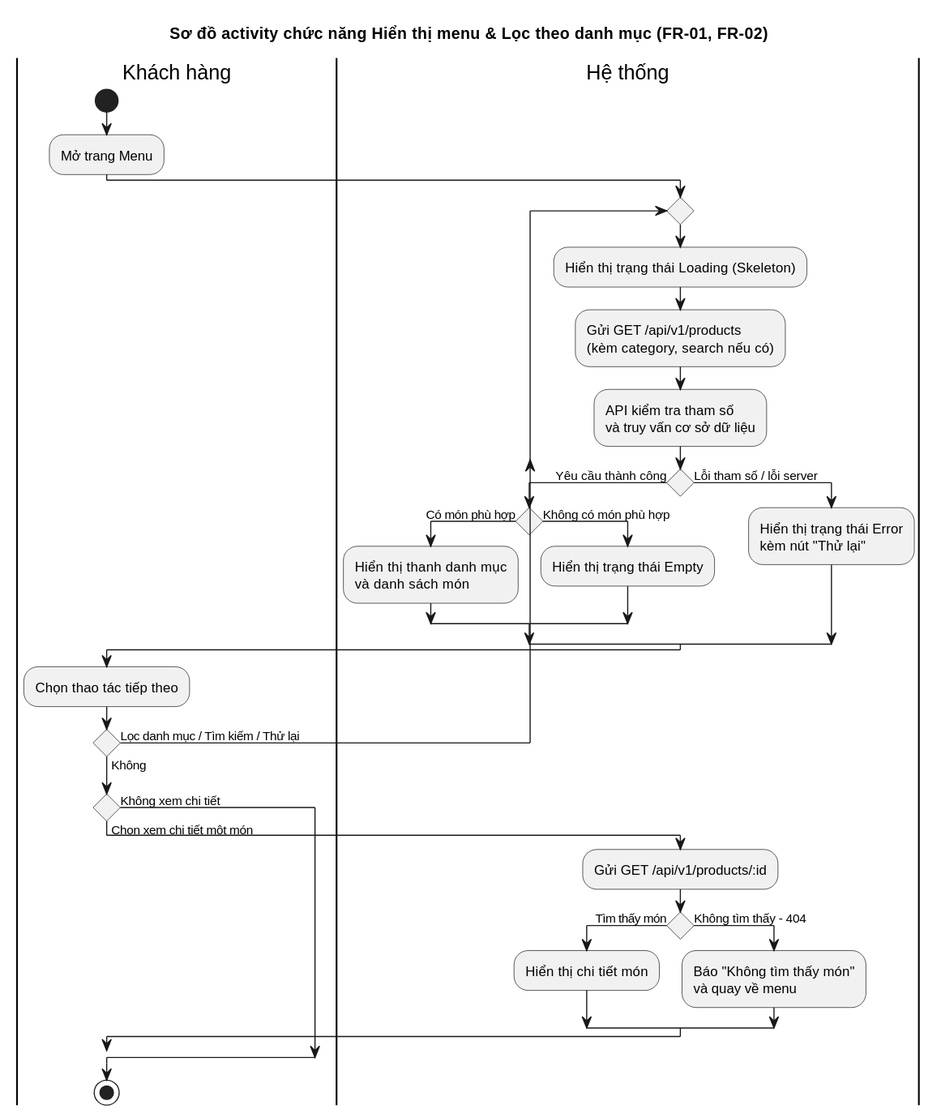
This is docs/diagrams/menu/activity-menu.svg from Phuc280106/BrewLite2, a PlantUML export, as it was before one commit.
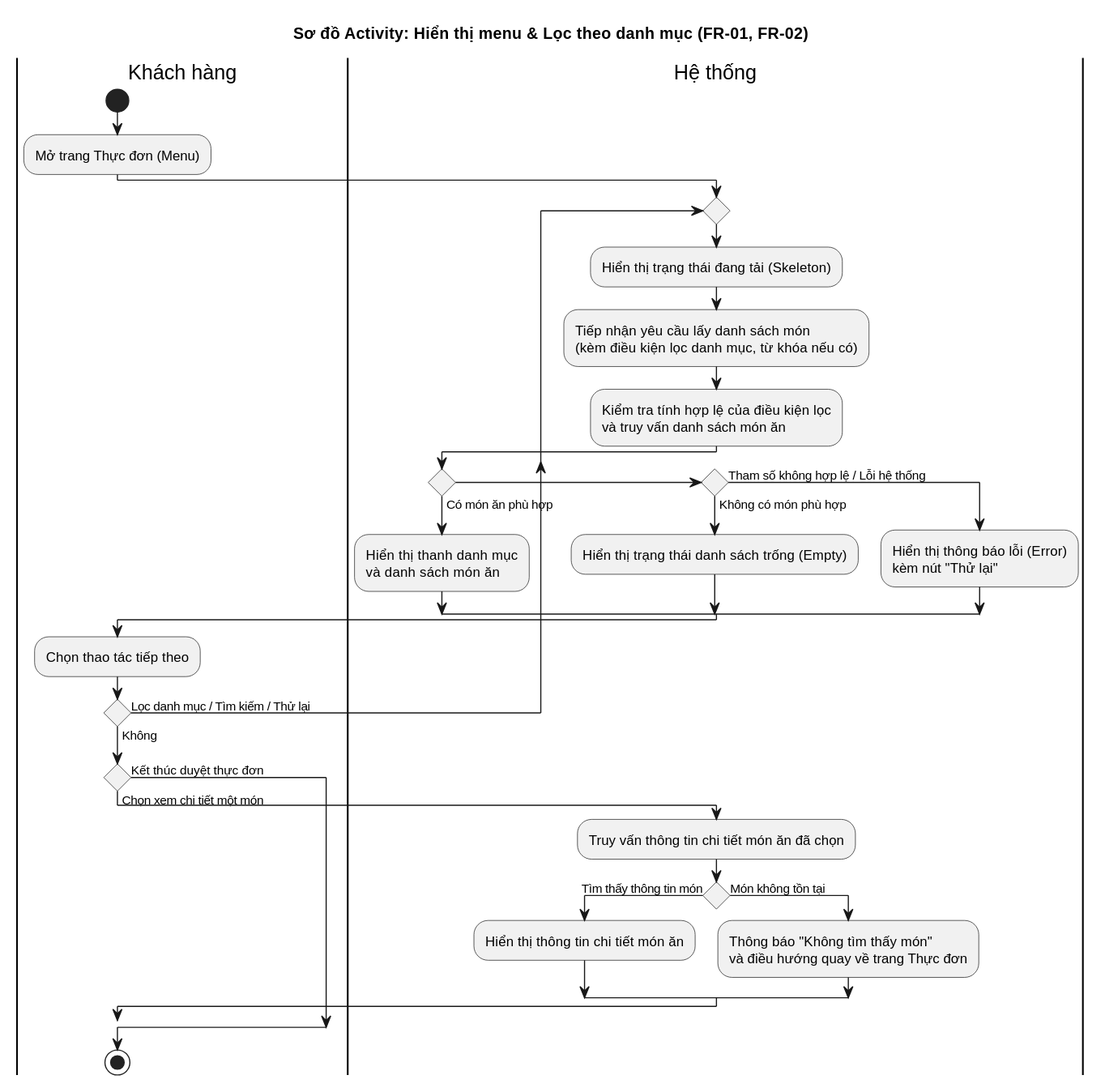
After the commit.

Commit message:
docs(diagrams): hoàn thành sơ đồ usecase, sequence, activity cho chức năng hiển thị menu và lọc danh mục (FR-01, FR-02)

Diff of the diagram source:
```diff
@@ -1,41 +1,38 @@
 @startuml
-title Sơ đồ activity chức năng Hiển thị menu & Lọc theo danh mục (FR-01, FR-02)
-
 skinparam ConditionEndStyle hline
+title Sơ đồ Activity: Hiển thị menu & Lọc theo danh mục (FR-01, FR-02)
 
 |Khách hàng|
 start
-:Mở trang Menu;
+:Mở trang Thực đơn (Menu);
 
+|Hệ thống|
 repeat
-  |Hệ thống|
-  :Hiển thị trạng thái Loading (Skeleton);
-  :Gửi GET /api/v1/products\n(kèm category, search nếu có);
-  :API kiểm tra tham số\nvà truy vấn cơ sở dữ liệu;
+  :Hiển thị trạng thái đang tải (Skeleton);
+  :Tiếp nhận yêu cầu lấy danh sách món\n(kèm điều kiện lọc danh mục, từ khóa nếu có);
+  :Kiểm tra tính hợp lệ của điều kiện lọc\nvà truy vấn danh sách món ăn;
 
-  if () then (Yêu cầu thành công)
-    if () then (Có món phù hợp)
-      :Hiển thị thanh danh mục\nvà danh sách món;
-    else (Không có món phù hợp)
-      :Hiển thị trạng thái Empty;
-    endif
-  else (Lỗi tham số / lỗi server)
-    :Hiển thị trạng thái Error\nkèm nút "Thử lại";
+  if () then (Có món ăn phù hợp)
+    :Hiển thị thanh danh mục\nvà danh sách món ăn;
+  elseif () then (Không có món phù hợp)
+    :Hiển thị trạng thái danh sách trống (Empty);
+  else (Tham số không hợp lệ / Lỗi hệ thống)
+    :Hiển thị thông báo lỗi (Error)\nkèm nút "Thử lại";
   endif
 
-  |Khách hàng|
+|Khách hàng|
   :Chọn thao tác tiếp theo;
 repeat while () is (Lọc danh mục / Tìm kiếm / Thử lại) not (Không)
 
 if () then (Chọn xem chi tiết một món)
   |Hệ thống|
-  :Gửi GET /api/v1/products/:id;
-  if () then (Tìm thấy món)
-    :Hiển thị chi tiết món;
-  else (Không tìm thấy - 404)
-    :Báo "Không tìm thấy món"\nvà quay về menu;
+  :Truy vấn thông tin chi tiết món ăn đã chọn;
+  if () then (Tìm thấy thông tin món)
+    :Hiển thị thông tin chi tiết món ăn;
+  else (Món không tồn tại)
+    :Thông báo "Không tìm thấy món"\nvà điều hướng quay về trang Thực đơn;
   endif
-else (Không xem chi tiết)
+else (Kết thúc duyệt thực đơn)
 endif
 
 |Khách hàng|
```
